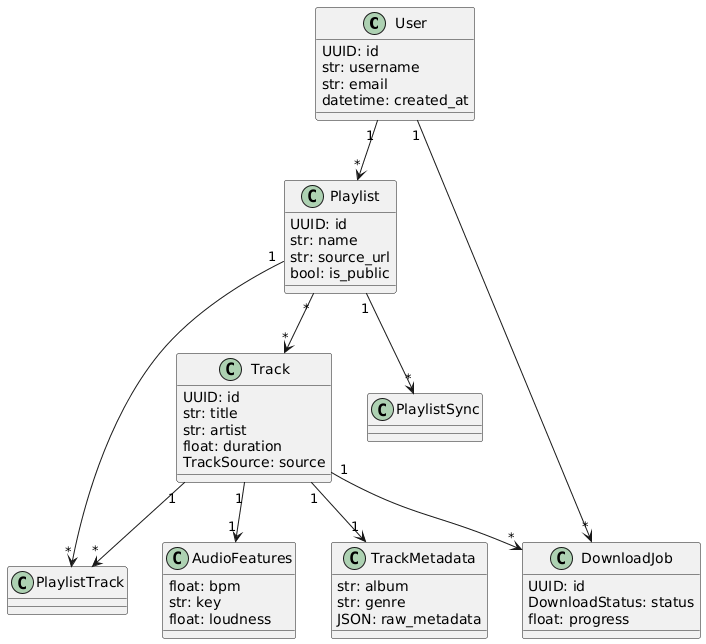
Above: class_diagram.png in nmg20/aix (PlantUML), before the change.
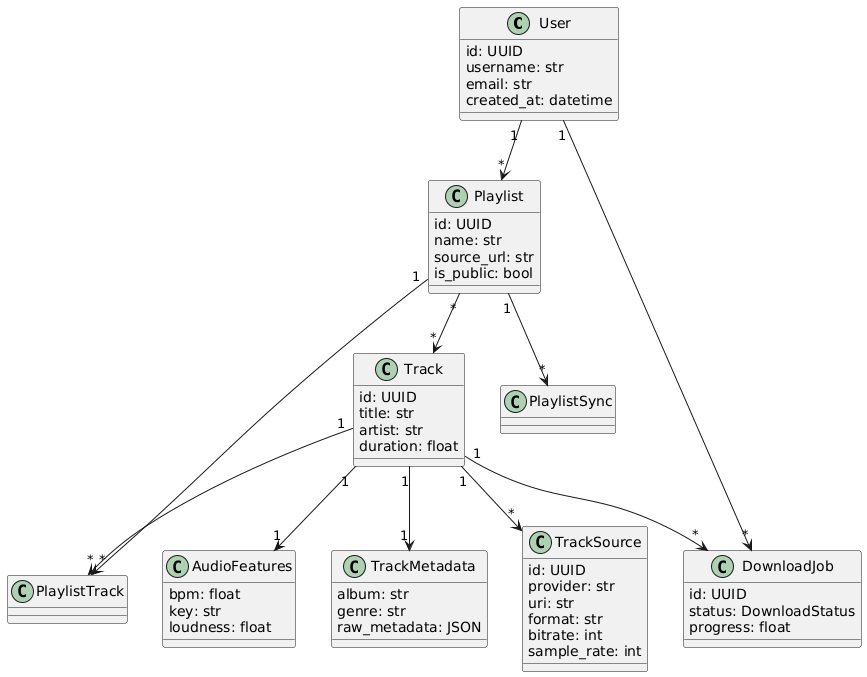
After the commit.

Commit message:
Actualizadas clases básicas y esquemas iniciales del API

What changed in the source:
```diff
@@ -10,46 +10,55 @@
 Track "1" --> "1" AudioFeatures
 Track "1" --> "1" TrackMetadata
 Track "1" --> "*" DownloadJob
+Track "1" --> "*" TrackSource
 
 Playlist "1" --> "*" PlaylistSync
 
 class User {
-  UUID: id
-  str: username
-  str: email
-  datetime: created_at
+  id: UUID
+  username: str
+  email: str
+  created_at: datetime
 }
 
 class Playlist {
-  UUID: id
-  str: name
-  str: source_url
-  bool: is_public
+  id: UUID
+  name: str
+  source_url: str
+  is_public: bool
 }
 
 class Track {
-  UUID: id
-  str: title
-  str: artist
-  float: duration
-  TrackSource: source
+  id: UUID
+  title: str
+  artist: str
+  duration: float
+}
+
+class TrackSource {
+  id: UUID
+  provider: str
+  uri: str
+  format: str
+  bitrate: int
+  sample_rate: int
 }
 
 class AudioFeatures {
-  float: bpm
-  str: key
-  float: loudness
+  bpm: float
+  key: str
+  loudness: float
 }
 
 class TrackMetadata {
-  str: album
-  str: genre
-  JSON: raw_metadata
+  album: str
+  genre: str
+  raw_metadata: JSON
 }
 
 class DownloadJob {
-  UUID: id
-  DownloadStatus: status
-  float: progress
+  id: UUID
+  status: DownloadStatus
+  progress: float
 }
 @enduml
```
